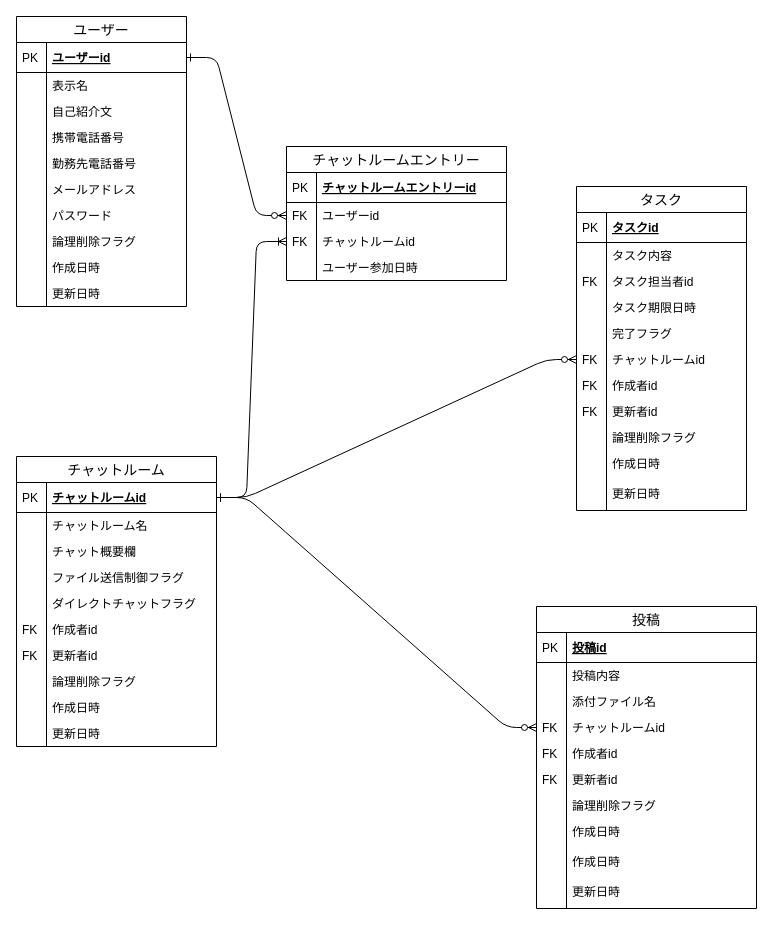
Above: db/db-challenge1/chatwork_er.dio in kaneyan0607/quelcode-db (draw.io), before the change. Source tidied: cells renumbered, new cells numbered last; positions are measured from the earlier drawing's top-left corner, leaving out a move shared by most shapes. Both pictures are drawn from the tidied source at 100%, with x=0, y=0 at pixel (16, 16).
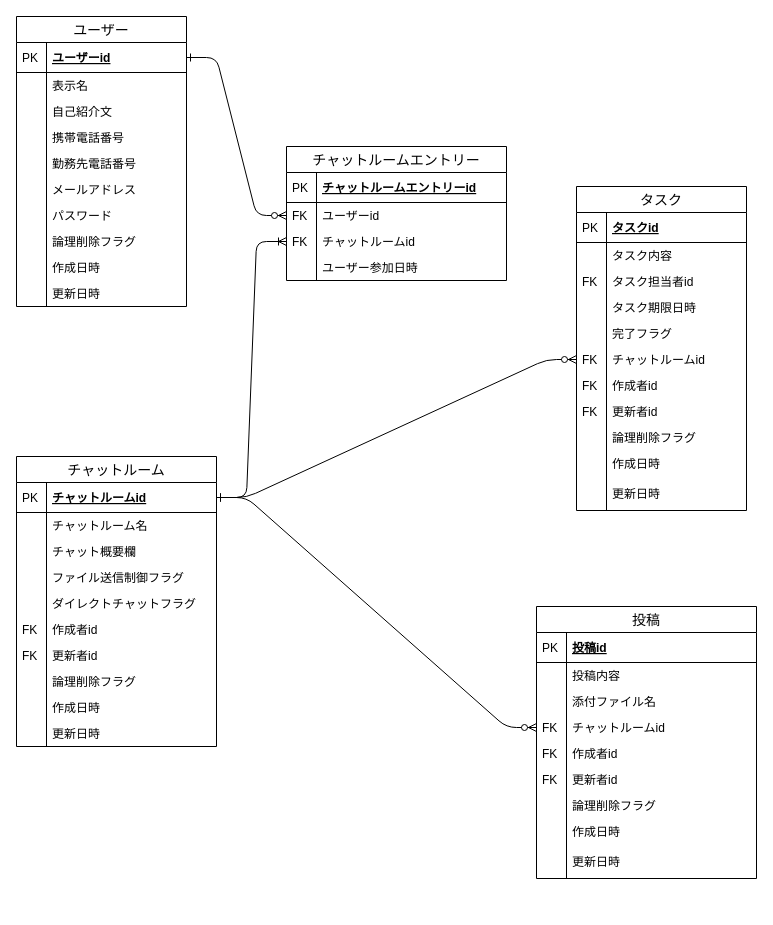
The same page after the edit.

Commit message:
Remove:投稿テーブルに重複して記述していた作成日時カラムを削除

What changed in the source:
```diff
@@
     <mxCell id="48" value="投稿" style="swimlane;fontStyle=0;horizontal=1;startSize=26;align=center;fontSize=14;" parent="1" vertex="1">
-      <mxGeometry x="520" y="590" width="220" height="302" as="geometry" />
+      <mxGeometry x="520" y="590" width="220" height="272" as="geometry" />
     </mxCell>
@@
-    <mxCell id="65" value="作成日時" style="shape=partialRectangle;top=0;left=0;right=0;bottom=0;align=left;verticalAlign=top;fillColor=none;spacingLeft=34;spacingRight=4;overflow=hidden;fontSize=12;" parent="48" vertex="1">
-      <mxGeometry y="242" width="220" height="30" as="geometry" />
-    </mxCell>
-    <mxCell id="66" style="shape=partialRectangle;top=0;left=0;bottom=0;fillColor=none;align=left;verticalAlign=top;spacingLeft=4;spacingRight=4;overflow=hidden;fontSize=12;" parent="65" vertex="1">
-      <mxGeometry width="30" height="30" as="geometry" />
-    </mxCell>
     <mxCell id="67" value="更新日時" style="shape=partialRectangle;top=0;left=0;right=0;bottom=0;align=left;verticalAlign=top;fillColor=none;spacingLeft=34;spacingRight=4;overflow=hidden;fontSize=12;" parent="48" vertex="1">
-      <mxGeometry y="272" width="220" height="30" as="geometry" />
+      <mxGeometry y="242" width="220" height="30" as="geometry" />
     </mxCell>
```
